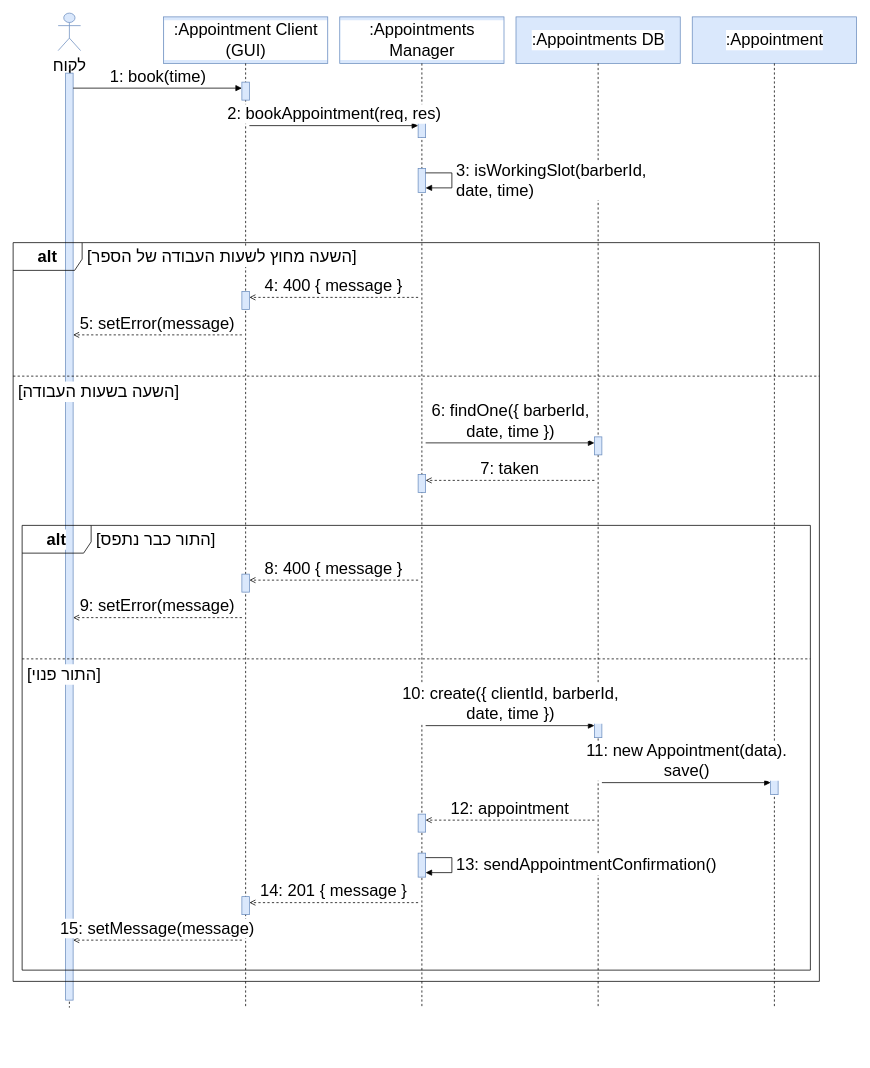
Before: diagrams/OBJ-BookAppointment-2.drawio in arielkaplan20/project_Golden_Hair_Salon, a draw.io diagram. Source tidied: cells renumbered, new cells numbered last; positions are measured from the earlier drawing's top-left corner, leaving out a move shared by most shapes. Both pictures are drawn from the tidied source at 75%, with x=0, y=0 at pixel (13, 13).
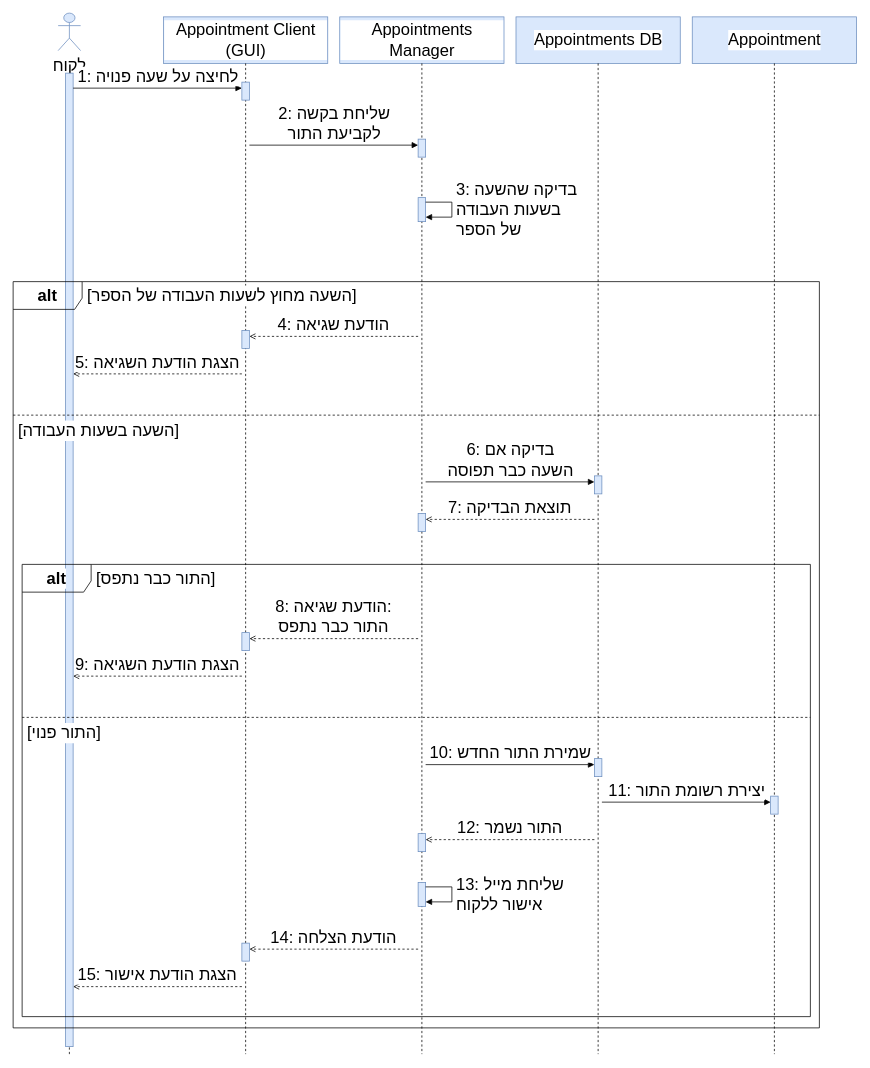
The same diagram, later.

Change to the diagram source:
```diff
@@
-    <mxCell id="3" value=":Appointment Client (GUI)" style="rounded=0;whiteSpace=wrap;html=1;fillColor=#dae8fc;strokeColor=#6c8ebf;fontSize=22;labelBackgroundColor=#ffffff;" parent="1" vertex="1">
+    <mxCell id="3" value="Appointment Client (GUI)" style="rounded=0;whiteSpace=wrap;html=1;fillColor=#dae8fc;strokeColor=#6c8ebf;fontSize=22;labelBackgroundColor=#ffffff;" parent="1" vertex="1">
       <mxGeometry x="200.5" y="5" width="219" height="62" as="geometry" />
     </mxCell>
-    <mxCell id="4" value=":Appointments Manager" style="rounded=0;whiteSpace=wrap;html=1;fillColor=#dae8fc;strokeColor=#6c8ebf;fontSize=22;labelBackgroundColor=#ffffff;" parent="1" vertex="1">
+    <mxCell id="4" value="Appointments Manager" style="rounded=0;whiteSpace=wrap;html=1;fillColor=#dae8fc;strokeColor=#6c8ebf;fontSize=22;labelBackgroundColor=#ffffff;" parent="1" vertex="1">
       <mxGeometry x="435.5" y="5" width="219" height="62" as="geometry" />
     </mxCell>
-    <mxCell id="5" value=":Appointments DB" style="rounded=0;whiteSpace=wrap;html=1;fillColor=#dae8fc;strokeColor=#6c8ebf;fontSize=22;labelBackgroundColor=#ffffff;" parent="1" vertex="1">
+    <mxCell id="5" value="Appointments DB" style="rounded=0;whiteSpace=wrap;html=1;fillColor=#dae8fc;strokeColor=#6c8ebf;fontSize=22;labelBackgroundColor=#ffffff;" parent="1" vertex="1">
       <mxGeometry x="670.5" y="5" width="219" height="62" as="geometry" />
     </mxCell>
-    <mxCell id="6" value=":Appointment" style="rounded=0;whiteSpace=wrap;html=1;fillColor=#dae8fc;strokeColor=#6c8ebf;fontSize=22;labelBackgroundColor=#ffffff;" parent="1" vertex="1">
+    <mxCell id="6" value="Appointment" style="rounded=0;whiteSpace=wrap;html=1;fillColor=#dae8fc;strokeColor=#6c8ebf;fontSize=22;labelBackgroundColor=#ffffff;" parent="1" vertex="1">
       <mxGeometry x="905.5" y="5" width="219" height="62" as="geometry" />
     </mxCell>
     <mxCell id="7" style="endArrow=none;html=1;dashed=1;strokeColor=#000000;" parent="1" edge="1">
       <mxGeometry relative="1" as="geometry">
-        <mxPoint x="75" y="70" as="sourcePoint" />
-        <mxPoint x="75" y="1326" as="targetPoint" />
+        <mxPoint x="75" y="83" as="sourcePoint" />
+        <mxPoint x="75" y="1388" as="targetPoint" />
       </mxGeometry>
     </mxCell>
     <mxCell id="8" style="rounded=0;html=1;fillColor=#dae8fc;strokeColor=#6c8ebf;" parent="1" vertex="1">
-      <mxGeometry x="70" y="80" width="10" height="1236" as="geometry" />
+      <mxGeometry x="70" y="80" width="10" height="1298" as="geometry" />
     </mxCell>
     <mxCell id="9" style="endArrow=none;html=1;dashed=1;strokeColor=#000000;" parent="1" edge="1">
       <mxGeometry relative="1" as="geometry">
         <mxPoint x="310" y="67" as="sourcePoint" />
-        <mxPoint x="310" y="1326" as="targetPoint" />
+        <mxPoint x="310" y="1388" as="targetPoint" />
       </mxGeometry>
     </mxCell>
     <mxCell id="10" style="endArrow=none;html=1;dashed=1;strokeColor=#000000;" parent="1" edge="1">
       <mxGeometry relative="1" as="geometry">
         <mxPoint x="545" y="67" as="sourcePoint" />
-        <mxPoint x="545" y="1326" as="targetPoint" />
+        <mxPoint x="545" y="1388" as="targetPoint" />
       </mxGeometry>
     </mxCell>
     <mxCell id="11" style="endArrow=none;html=1;dashed=1;strokeColor=#000000;" parent="1" edge="1">
       <mxGeometry relative="1" as="geometry">
         <mxPoint x="780" y="67" as="sourcePoint" />
-        <mxPoint x="780" y="1326" as="targetPoint" />
+        <mxPoint x="780" y="1388" as="targetPoint" />
       </mxGeometry>
     </mxCell>
     <mxCell id="12" style="endArrow=none;html=1;dashed=1;strokeColor=#000000;" parent="1" edge="1">
       <mxGeometry relative="1" as="geometry">
         <mxPoint x="1015" y="67" as="sourcePoint" />
-        <mxPoint x="1015" y="1326" as="targetPoint" />
+        <mxPoint x="1015" y="1388" as="targetPoint" />
       </mxGeometry>
     </mxCell>
@@
     <mxCell id="14" style="rounded=0;html=1;fillColor=#dae8fc;strokeColor=#6c8ebf;" parent="1" vertex="1">
-      <mxGeometry x="540" y="142" width="10" height="24" as="geometry" />
+      <mxGeometry x="540" y="168" width="10" height="24" as="geometry" />
     </mxCell>
     <mxCell id="15" style="rounded=0;html=1;fillColor=#dae8fc;strokeColor=#6c8ebf;" parent="1" vertex="1">
-      <mxGeometry x="540" y="207" width="10" height="32" as="geometry" />
+      <mxGeometry x="540" y="246" width="10" height="32" as="geometry" />
     </mxCell>
     <mxCell id="16" style="rounded=0;html=1;fillColor=#dae8fc;strokeColor=#6c8ebf;" parent="1" vertex="1">
-      <mxGeometry x="305" y="371" width="10" height="24" as="geometry" />
+      <mxGeometry x="305" y="423" width="10" height="24" as="geometry" />
     </mxCell>
     <mxCell id="17" style="rounded=0;html=1;fillColor=#dae8fc;strokeColor=#6c8ebf;" parent="1" vertex="1">
-      <mxGeometry x="775" y="565" width="10" height="24" as="geometry" />
+      <mxGeometry x="775" y="617" width="10" height="24" as="geometry" />
     </mxCell>
     <mxCell id="18" style="rounded=0;html=1;fillColor=#dae8fc;strokeColor=#6c8ebf;" parent="1" vertex="1">
-      <mxGeometry x="540" y="615" width="10" height="24" as="geometry" />
+      <mxGeometry x="540" y="667" width="10" height="24" as="geometry" />
     </mxCell>
     <mxCell id="19" style="rounded=0;html=1;fillColor=#dae8fc;strokeColor=#6c8ebf;" parent="1" vertex="1">
-      <mxGeometry x="305" y="748" width="10" height="24" as="geometry" />
+      <mxGeometry x="305" y="826" width="10" height="24" as="geometry" />
     </mxCell>
     <mxCell id="20" style="rounded=0;html=1;fillColor=#dae8fc;strokeColor=#6c8ebf;" parent="1" vertex="1">
-      <mxGeometry x="775" y="942" width="10" height="24" as="geometry" />
+      <mxGeometry x="775" y="994" width="10" height="24" as="geometry" />
     </mxCell>
     <mxCell id="21" style="rounded=0;html=1;fillColor=#dae8fc;strokeColor=#6c8ebf;" parent="1" vertex="1">
-      <mxGeometry x="1010" y="1018" width="10" height="24" as="geometry" />
+      <mxGeometry x="1010" y="1044" width="10" height="24" as="geometry" />
     </mxCell>
     <mxCell id="22" style="rounded=0;html=1;fillColor=#dae8fc;strokeColor=#6c8ebf;" parent="1" vertex="1">
-      <mxGeometry x="540" y="1068" width="10" height="24" as="geometry" />
+      <mxGeometry x="540" y="1094" width="10" height="24" as="geometry" />
     </mxCell>
     <mxCell id="23" style="rounded=0;html=1;fillColor=#dae8fc;strokeColor=#6c8ebf;" parent="1" vertex="1">
-      <mxGeometry x="540" y="1120" width="10" height="32" as="geometry" />
+      <mxGeometry x="540" y="1159" width="10" height="32" as="geometry" />
     </mxCell>
     <mxCell id="24" style="rounded=0;html=1;fillColor=#dae8fc;strokeColor=#6c8ebf;" parent="1" vertex="1">
-      <mxGeometry x="305" y="1178" width="10" height="24" as="geometry" />
+      <mxGeometry x="305" y="1240" width="10" height="24" as="geometry" />
     </mxCell>
     <mxCell id="25" value="&lt;b&gt;alt&lt;/b&gt;" style="shape=umlFrame;whiteSpace=wrap;html=1;width=92;height=37;fillColor=none;fontSize=22;labelBackgroundColor=#ffffff;" parent="1" vertex="1">
-      <mxGeometry y="306" width="1075" height="985" as="geometry" />
+      <mxGeometry y="358" width="1075" height="995" as="geometry" />
     </mxCell>
     <mxCell id="26" value="&lt;span style='background:#ffffff'&gt;[השעה מחוץ לשעות העבודה של הספר]&lt;/span&gt;" style="text;html=1;align=left;verticalAlign=middle;whiteSpace=nowrap;fillColor=none;strokeColor=none;fontSize=22;labelBackgroundColor=#ffffff;" parent="1" vertex="1">
-      <mxGeometry x="97" y="306" width="400" height="37" as="geometry" />
+      <mxGeometry x="97" y="358" width="400" height="37" as="geometry" />
     </mxCell>
     <mxCell id="27" style="endArrow=none;html=1;dashed=1;" parent="1" edge="1">
       <mxGeometry relative="1" as="geometry">
-        <mxPoint y="484" as="sourcePoint" />
-        <mxPoint x="1075" y="484" as="targetPoint" />
+        <mxPoint y="536" as="sourcePoint" />
+        <mxPoint x="1075" y="536" as="targetPoint" />
       </mxGeometry>
     </mxCell>
     <mxCell id="28" value="&lt;span style='background:#ffffff'&gt;[השעה בשעות העבודה]&lt;/span&gt;" style="text;html=1;align=left;verticalAlign=middle;whiteSpace=nowrap;fillColor=none;strokeColor=none;fontSize=22;labelBackgroundColor=#ffffff;" parent="1" vertex="1">
-      <mxGeometry x="5" y="486" width="400" height="37" as="geometry" />
+      <mxGeometry x="5" y="538" width="400" height="37" as="geometry" />
     </mxCell>
     <mxCell id="29" value="&lt;b&gt;alt&lt;/b&gt;" style="shape=umlFrame;whiteSpace=wrap;html=1;width=92;height=37;fillColor=none;fontSize=22;labelBackgroundColor=#ffffff;" parent="1" vertex="1">
-      <mxGeometry x="12" y="683" width="1051" height="593" as="geometry" />
+      <mxGeometry x="12" y="735" width="1051" height="603" as="geometry" />
     </mxCell>
     <mxCell id="30" value="&lt;span style='background:#ffffff'&gt;[התור כבר נתפס]&lt;/span&gt;" style="text;html=1;align=left;verticalAlign=middle;whiteSpace=nowrap;fillColor=none;strokeColor=none;fontSize=22;labelBackgroundColor=#ffffff;" parent="1" vertex="1">
-      <mxGeometry x="109" y="683" width="400" height="37" as="geometry" />
+      <mxGeometry x="109" y="735" width="400" height="37" as="geometry" />
     </mxCell>
     <mxCell id="31" style="endArrow=none;html=1;dashed=1;" parent="1" edge="1">
       <mxGeometry relative="1" as="geometry">
-        <mxPoint x="12" y="861" as="sourcePoint" />
-        <mxPoint x="1063" y="861" as="targetPoint" />
+        <mxPoint x="12" y="939" as="sourcePoint" />
+        <mxPoint x="1063" y="939" as="targetPoint" />
       </mxGeometry>
     </mxCell>
     <mxCell id="32" value="&lt;span style='background:#ffffff'&gt;[התור פנוי]&lt;/span&gt;" style="text;html=1;align=left;verticalAlign=middle;whiteSpace=nowrap;fillColor=none;strokeColor=none;fontSize=22;labelBackgroundColor=#ffffff;" parent="1" vertex="1">
-      <mxGeometry x="17" y="863" width="400" height="37" as="geometry" />
+      <mxGeometry x="17" y="941" width="400" height="37" as="geometry" />
     </mxCell>
-    <mxCell id="33" value="1: book(time)" style="endArrow=block;endFill=1;html=1;rounded=0;verticalAlign=bottom;labelBackgroundColor=none;fontSize=22;labelBackgroundColor=#ffffff;" parent="1" edge="1">
+    <mxCell id="33" value="1: לחיצה על שעה פנויה" style="endArrow=block;endFill=1;html=1;rounded=0;verticalAlign=bottom;labelBackgroundColor=none;fontSize=22;labelBackgroundColor=#ffffff;" parent="1" edge="1">
       <mxGeometry relative="1" as="geometry">
         <mxPoint x="80" y="100" as="sourcePoint" />
         <mxPoint x="305" y="100" as="targetPoint" />
       </mxGeometry>
     </mxCell>
-    <mxCell id="34" value="2: bookAppointment(req, res)" style="endArrow=block;endFill=1;html=1;rounded=0;verticalAlign=bottom;labelBackgroundColor=none;fontSize=22;labelBackgroundColor=#ffffff;" parent="1" edge="1">
+    <mxCell id="34" value="2: שליחת בקשה&lt;br&gt;לקביעת התור" style="endArrow=block;endFill=1;html=1;rounded=0;verticalAlign=bottom;labelBackgroundColor=none;fontSize=22;labelBackgroundColor=#ffffff;" parent="1" edge="1">
       <mxGeometry relative="1" as="geometry">
-        <mxPoint x="315" y="150" as="sourcePoint" />
-        <mxPoint x="540" y="150" as="targetPoint" />
+        <mxPoint x="315" y="176" as="sourcePoint" />
+        <mxPoint x="540" y="176" as="targetPoint" />
       </mxGeometry>
     </mxCell>
-    <mxCell id="35" value="3: isWorkingSlot(barberId,&lt;br&gt;date, time)" style="endArrow=block;endFill=1;html=1;rounded=0;align=left;spacingLeft=4;labelBackgroundColor=none;fontSize=22;labelBackgroundColor=#ffffff;" parent="1" edge="1">
+    <mxCell id="35" value="3: בדיקה שהשעה&lt;br&gt;בשעות העבודה&lt;br&gt;של הספר" style="endArrow=block;endFill=1;html=1;rounded=0;align=left;spacingLeft=4;labelBackgroundColor=none;fontSize=22;labelBackgroundColor=#ffffff;" parent="1" edge="1">
       <mxGeometry relative="1" as="geometry">
-        <mxPoint x="550" y="213" as="sourcePoint" />
-        <mxPoint x="550" y="233" as="targetPoint" />
+        <mxPoint x="550" y="252" as="sourcePoint" />
+        <mxPoint x="550" y="272" as="targetPoint" />
         <Array as="points">
-          <mxPoint x="585" y="213" />
-          <mxPoint x="585" y="233" />
+          <mxPoint x="585" y="252" />
+          <mxPoint x="585" y="272" />
         </Array>
       </mxGeometry>
     </mxCell>
-    <mxCell id="36" value="4: 400 { message }" style="endArrow=open;endFill=0;html=1;rounded=0;dashed=1;verticalAlign=bottom;labelBackgroundColor=none;fontSize=22;labelBackgroundColor=#ffffff;" parent="1" edge="1">
+    <mxCell id="36" value="4: הודעת שגיאה" style="endArrow=open;endFill=0;html=1;rounded=0;dashed=1;verticalAlign=bottom;labelBackgroundColor=none;fontSize=22;labelBackgroundColor=#ffffff;" parent="1" edge="1">
       <mxGeometry relative="1" as="geometry">
-        <mxPoint x="540" y="379" as="sourcePoint" />
-        <mxPoint x="315" y="379" as="targetPoint" />
+        <mxPoint x="540" y="431" as="sourcePoint" />
+        <mxPoint x="315" y="431" as="targetPoint" />
       </mxGeometry>
     </mxCell>
-    <mxCell id="37" value="5: setError(message)" style="endArrow=open;endFill=0;html=1;rounded=0;dashed=1;verticalAlign=bottom;labelBackgroundColor=none;fontSize=22;labelBackgroundColor=#ffffff;" parent="1" edge="1">
+    <mxCell id="37" value="5: הצגת הודעת השגיאה" style="endArrow=open;endFill=0;html=1;rounded=0;dashed=1;verticalAlign=bottom;labelBackgroundColor=none;fontSize=22;labelBackgroundColor=#ffffff;" parent="1" edge="1">
       <mxGeometry relative="1" as="geometry">
-        <mxPoint x="305" y="429" as="sourcePoint" />
-        <mxPoint x="80" y="429" as="targetPoint" />
+        <mxPoint x="305" y="481" as="sourcePoint" />
+        <mxPoint x="80" y="481" as="targetPoint" />
       </mxGeometry>
     </mxCell>
-    <mxCell id="38" value="6: findOne({ barberId,&lt;br&gt;date, time })" style="endArrow=block;endFill=1;html=1;rounded=0;verticalAlign=bottom;labelBackgroundColor=none;fontSize=22;labelBackgroundColor=#ffffff;" parent="1" edge="1">
+    <mxCell id="38" value="6: בדיקה אם&lt;br&gt;השעה כבר תפוסה" style="endArrow=block;endFill=1;html=1;rounded=0;verticalAlign=bottom;labelBackgroundColor=none;fontSize=22;labelBackgroundColor=#ffffff;" parent="1" edge="1">
       <mxGeometry relative="1" as="geometry">
-        <mxPoint x="550" y="573" as="sourcePoint" />
-        <mxPoint x="775" y="573" as="targetPoint" />
+        <mxPoint x="550" y="625" as="sourcePoint" />
+        <mxPoint x="775" y="625" as="targetPoint" />
       </mxGeometry>
     </mxCell>
-    <mxCell id="39" value="7: taken" style="endArrow=open;endFill=0;html=1;rounded=0;dashed=1;verticalAlign=bottom;labelBackgroundColor=none;fontSize=22;labelBackgroundColor=#ffffff;" parent="1" edge="1">
+    <mxCell id="39" value="7: תוצאת הבדיקה" style="endArrow=open;endFill=0;html=1;rounded=0;dashed=1;verticalAlign=bottom;labelBackgroundColor=none;fontSize=22;labelBackgroundColor=#ffffff;" parent="1" edge="1">
       <mxGeometry relative="1" as="geometry">
-        <mxPoint x="775" y="623" as="sourcePoint" />
-        <mxPoint x="550" y="623" as="targetPoint" />
+        <mxPoint x="775" y="675" as="sourcePoint" />
+        <mxPoint x="550" y="675" as="targetPoint" />
       </mxGeometry>
     </mxCell>
-    <mxCell id="40" value="8: 400 { message }" style="endArrow=open;endFill=0;html=1;rounded=0;dashed=1;verticalAlign=bottom;labelBackgroundColor=none;fontSize=22;labelBackgroundColor=#ffffff;" parent="1" edge="1">
+    <mxCell id="40" value="8: הודעת שגיאה:&lt;br&gt;התור כבר נתפס" style="endArrow=open;endFill=0;html=1;rounded=0;dashed=1;verticalAlign=bottom;labelBackgroundColor=none;fontSize=22;labelBackgroundColor=#ffffff;" parent="1" edge="1">
       <mxGeometry relative="1" as="geometry">
-        <mxPoint x="540" y="756" as="sourcePoint" />
-        <mxPoint x="315" y="756" as="targetPoint" />
+        <mxPoint x="540" y="834" as="sourcePoint" />
+        <mxPoint x="315" y="834" as="targetPoint" />
       </mxGeometry>
     </mxCell>
-    <mxCell id="41" value="9: setError(message)" style="endArrow=open;endFill=0;html=1;rounded=0;dashed=1;verticalAlign=bottom;labelBackgroundColor=none;fontSize=22;labelBackgroundColor=#ffffff;" parent="1" edge="1">
+    <mxCell id="41" value="9: הצגת הודעת השגיאה" style="endArrow=open;endFill=0;html=1;rounded=0;dashed=1;verticalAlign=bottom;labelBackgroundColor=none;fontSize=22;labelBackgroundColor=#ffffff;" parent="1" edge="1">
       <mxGeometry relative="1" as="geometry">
-        <mxPoint x="305" y="806" as="sourcePoint" />
-        <mxPoint x="80" y="806" as="targetPoint" />
+        <mxPoint x="305" y="884" as="sourcePoint" />
+        <mxPoint x="80" y="884" as="targetPoint" />
       </mxGeometry>
     </mxCell>
-    <mxCell id="42" value="10: create({ clientId, barberId,&lt;br&gt;date, time })" style="endArrow=block;endFill=1;html=1;rounded=0;verticalAlign=bottom;labelBackgroundColor=none;fontSize=22;labelBackgroundColor=#ffffff;" parent="1" edge="1">
+    <mxCell id="42" value="10: שמירת התור החדש" style="endArrow=block;endFill=1;html=1;rounded=0;verticalAlign=bottom;labelBackgroundColor=none;fontSize=22;labelBackgroundColor=#ffffff;" parent="1" edge="1">
       <mxGeometry relative="1" as="geometry">
-        <mxPoint x="550" y="950" as="sourcePoint" />
-        <mxPoint x="775" y="950" as="targetPoint" />
+        <mxPoint x="550" y="1002" as="sourcePoint" />
+        <mxPoint x="775" y="1002" as="targetPoint" />
       </mxGeometry>
     </mxCell>
-    <mxCell id="43" value="11: new Appointment(data).&lt;br&gt;save()" style="endArrow=block;endFill=1;html=1;rounded=0;verticalAlign=bottom;labelBackgroundColor=none;fontSize=22;labelBackgroundColor=#ffffff;" parent="1" edge="1">
+    <mxCell id="43" value="11: יצירת רשומת התור" style="endArrow=block;endFill=1;html=1;rounded=0;verticalAlign=bottom;labelBackgroundColor=none;fontSize=22;labelBackgroundColor=#ffffff;" parent="1" edge="1">
       <mxGeometry relative="1" as="geometry">
-        <mxPoint x="785" y="1026" as="sourcePoint" />
-        <mxPoint x="1010" y="1026" as="targetPoint" />
+        <mxPoint x="785" y="1052" as="sourcePoint" />
+        <mxPoint x="1010" y="1052" as="targetPoint" />
       </mxGeometry>
     </mxCell>
-    <mxCell id="44" value="12: appointment" style="endArrow=open;endFill=0;html=1;rounded=0;dashed=1;verticalAlign=bottom;labelBackgroundColor=none;fontSize=22;labelBackgroundColor=#ffffff;" parent="1" edge="1">
+    <mxCell id="44" value="12: התור נשמר" style="endArrow=open;endFill=0;html=1;rounded=0;dashed=1;verticalAlign=bottom;labelBackgroundColor=none;fontSize=22;labelBackgroundColor=#ffffff;" parent="1" edge="1">
       <mxGeometry relative="1" as="geometry">
-        <mxPoint x="775" y="1076" as="sourcePoint" />
-        <mxPoint x="550" y="1076" as="targetPoint" />
+        <mxPoint x="775" y="1102" as="sourcePoint" />
+        <mxPoint x="550" y="1102" as="targetPoint" />
       </mxGeometry>
     </mxCell>
-    <mxCell id="45" value="13: sendAppointmentConfirmation()" style="endArrow=block;endFill=1;html=1;rounded=0;align=left;spacingLeft=4;labelBackgroundColor=none;fontSize=22;labelBackgroundColor=#ffffff;" parent="1" edge="1">
+    <mxCell id="45" value="13: שליחת מייל&lt;br&gt;אישור ללקוח" style="endArrow=block;endFill=1;html=1;rounded=0;align=left;spacingLeft=4;labelBackgroundColor=none;fontSize=22;labelBackgroundColor=#ffffff;" parent="1" edge="1">
       <mxGeometry relative="1" as="geometry">
-        <mxPoint x="550" y="1126" as="sourcePoint" />
-        <mxPoint x="550" y="1146" as="targetPoint" />
+        <mxPoint x="550" y="1165" as="sourcePoint" />
+        <mxPoint x="550" y="1185" as="targetPoint" />
         <Array as="points">
-          <mxPoint x="585" y="1126" />
-          <mxPoint x="585" y="1146" />
+          <mxPoint x="585" y="1165" />
+          <mxPoint x="585" y="1185" />
         </Array>
       </mxGeometry>
     </mxCell>
-    <mxCell id="46" value="14: 201 { message }" style="endArrow=open;endFill=0;html=1;rounded=0;dashed=1;verticalAlign=bottom;labelBackgroundColor=none;fontSize=22;labelBackgroundColor=#ffffff;" parent="1" edge="1">
+    <mxCell id="46" value="14: הודעת הצלחה" style="endArrow=open;endFill=0;html=1;rounded=0;dashed=1;verticalAlign=bottom;labelBackgroundColor=none;fontSize=22;labelBackgroundColor=#ffffff;" parent="1" edge="1">
       <mxGeometry relative="1" as="geometry">
-        <mxPoint x="540" y="1186" as="sourcePoint" />
-        <mxPoint x="315" y="1186" as="targetPoint" />
+        <mxPoint x="540" y="1248" as="sourcePoint" />
+        <mxPoint x="315" y="1248" as="targetPoint" />
       </mxGeometry>
     </mxCell>
-    <mxCell id="47" value="15: setMessage(message)" style="endArrow=open;endFill=0;html=1;rounded=0;dashed=1;verticalAlign=bottom;labelBackgroundColor=none;fontSize=22;labelBackgroundColor=#ffffff;" parent="1" edge="1">
+    <mxCell id="47" value="15: הצגת הודעת אישור" style="endArrow=open;endFill=0;html=1;rounded=0;dashed=1;verticalAlign=bottom;labelBackgroundColor=none;fontSize=22;labelBackgroundColor=#ffffff;" parent="1" edge="1">
       <mxGeometry relative="1" as="geometry">
-        <mxPoint x="305" y="1236" as="sourcePoint" />
-        <mxPoint x="80" y="1236" as="targetPoint" />
+        <mxPoint x="305" y="1298" as="sourcePoint" />
+        <mxPoint x="80" y="1298" as="targetPoint" />
       </mxGeometry>
     </mxCell>
```
